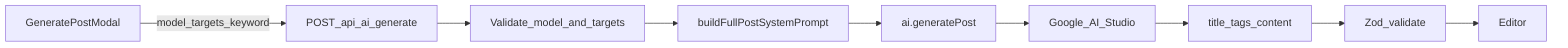
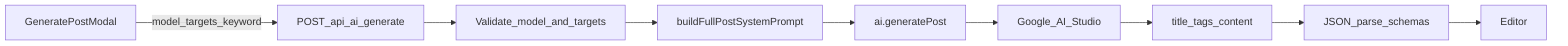
flowchart LR
  modal[GeneratePostModal] -->|model_targets_keyword| api[POST_api_ai_generate]
  api --> validate[Validate_model_and_targets]
  validate --> prompts[buildFullPostSystemPrompt]
  prompts --> svc[ai.generatePost]
  svc --> studio[Google_AI_Studio]
  studio --> json[title_tags_content]
-   json --> zod[Zod_validate]
-   zod --> editor[Editor]
+   json --> parse[JSON_parse_schemas]
+   parse --> editor[Editor]
